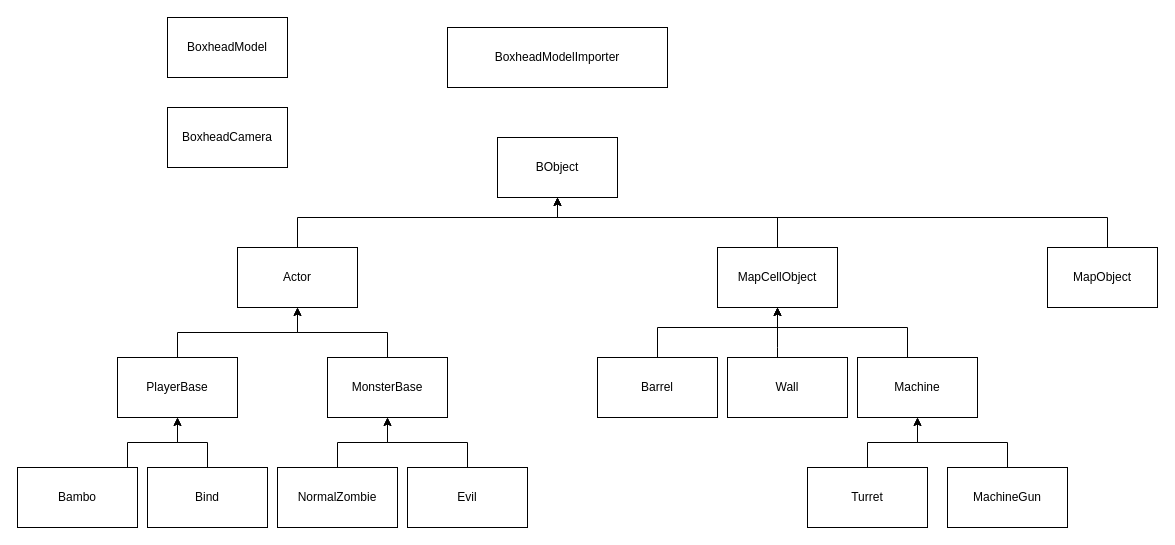
The draw.io diagram Source/BoxheadWorld.drawio in zmcj21/boxhead_dev, before the edit. Source tidied: cells renumbered, new cells numbered last; positions are measured from the earlier drawing's top-left corner, leaving out a move shared by most shapes. Both pictures are drawn from the tidied source at 100%, with x=0, y=0 at pixel (17, 17).
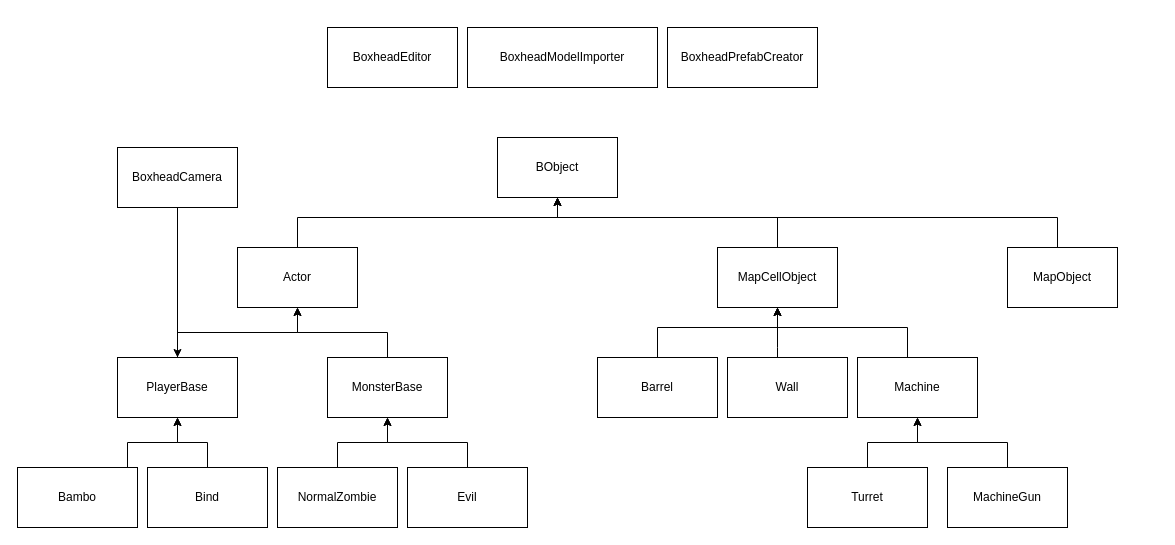
Above is the later version.

Unchanged cells that the change refers to:
```xml
<mxCell id="2" value="BObject" style="rounded=0;whiteSpace=wrap;html=1;" parent="1" vertex="1">
  <mxGeometry x="480" y="120" width="120" height="60" as="geometry" />
</mxCell>
<mxCell id="6" value="PlayerBase" style="rounded=0;whiteSpace=wrap;html=1;" parent="1" vertex="1">
  <mxGeometry x="100" y="340" width="120" height="60" as="geometry" />
</mxCell>
```

Diff of the diagram source:
```diff
@@
     <mxCell id="29" style="edgeStyle=orthogonalEdgeStyle;rounded=0;jettySize=auto;html=1;entryX=0.5;entryY=1;entryDx=0;entryDy=0;" parent="1" edge="1" source="30" target="2">
       <mxGeometry relative="1" as="geometry">
         <Array as="points">
-          <mxPoint x="1090" y="200" />
+          <mxPoint x="1040" y="200" />
           <mxPoint x="540" y="200" />
         </Array>
       </mxGeometry>
     </mxCell>
     <mxCell id="30" value="MapObject" style="rounded=0;whiteSpace=wrap;html=1;" parent="1" vertex="1">
-      <mxGeometry x="1030" y="230" width="110" height="60" as="geometry" />
+      <mxGeometry x="990" y="230" width="110" height="60" as="geometry" />
     </mxCell>
-    <mxCell id="31" value="BoxheadModel" style="rounded=0;whiteSpace=wrap;html=1;" parent="1" vertex="1">
-      <mxGeometry x="150" width="120" height="60" as="geometry" />
-    </mxCell>
+    <mxCell id="34" style="edgeStyle=orthogonalEdgeStyle;rounded=0;jettySize=auto;html=1;entryX=0.5;entryY=0;entryDx=0;entryDy=0;" parent="1" edge="1" source="32" target="6">
+      <mxGeometry relative="1" as="geometry" />
+    </mxCell>
     <mxCell id="32" value="BoxheadCamera" style="rounded=0;whiteSpace=wrap;html=1;" parent="1" vertex="1">
-      <mxGeometry x="150" y="90" width="120" height="60" as="geometry" />
+      <mxGeometry x="100" y="130" width="120" height="60" as="geometry" />
     </mxCell>
+    <mxCell id="35" value="BoxheadEditor" style="rounded=0;whiteSpace=wrap;html=1;" parent="1" vertex="1">
+      <mxGeometry x="310" y="10" width="130" height="60" as="geometry" />
+    </mxCell>
     <mxCell id="33" value="BoxheadModelImporter" style="rounded=0;whiteSpace=wrap;html=1;" parent="1" vertex="1">
-      <mxGeometry x="430" y="10" width="220" height="60" as="geometry" />
+      <mxGeometry x="450" y="10" width="190" height="60" as="geometry" />
     </mxCell>
+    <mxCell id="36" value="BoxheadPrefabCreator" style="rounded=0;whiteSpace=wrap;html=1;" parent="1" vertex="1">
+      <mxGeometry x="650" y="10" width="150" height="60" as="geometry" />
+    </mxCell>
```
